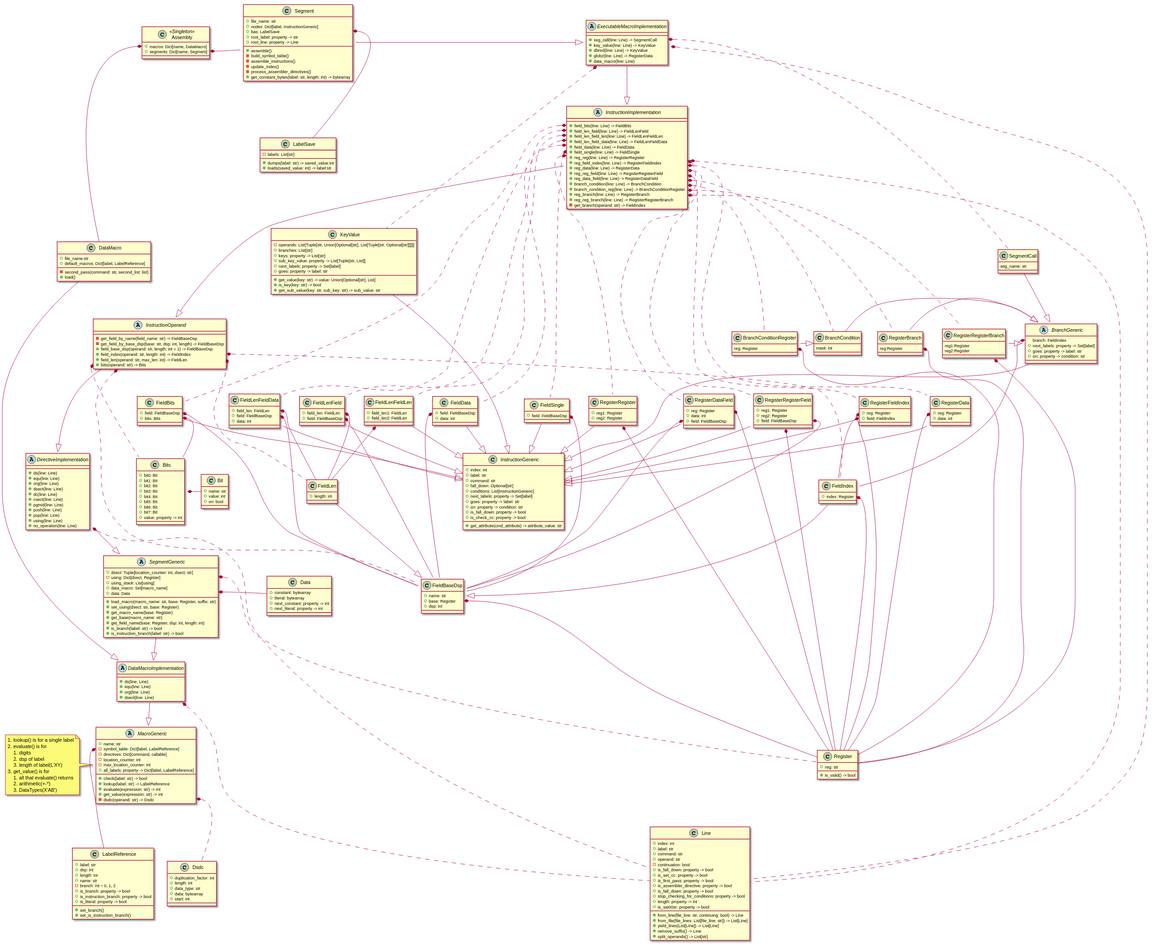
crazynayan/tpf1 keeps this PlantUML diagram as documentation/New_Assembly_Design.svg. Above is the earlier version. Source of this version:
```plantuml
@startuml

class Register {
    +reg: str
    +is_valid() -> bool
}


class Line {
    +index: int
    +label: str
    +command: str
    +operand: str
    -continuation: bool
    +is_fall_down: property -> bool
    +is_set_cc: property -> bool
    +is_first_pass: property -> bool
    +is_assembler_directive: property -> bool
    +is_fall_down: property -> bool
    +stop_checking_for_conditions: property -> bool
    +length: property -> int
    +is_sw00sr: property -> bool
    +from_line(file_line: str, continuing: bool) -> Line
    +from_file(file_lines: List[file_line: str]) -> List[Line]
    +yield_lines(List[Line]) -> List[Line]
    +remove_suffix() -> Line
    +split_operands() -> List[str]
}

class LabelReference {
    +label: str
    +dsp: int
    +length: int
    +name: str
    -branch: int ~ 0, 1, 2
    +is_branch: property -> bool
    +is_instruction_branch: property -> bool
    +is_literal: property -> bool
    +set_branch()
    +set_is_instruction_branch()
}

class Dsdc {
    +duplication_factor: int
    +length: int
    +data_type: str
    +data: bytearray
    +start: int
}

abstract class MacroGeneric {
    +name: str
    -symbol_table: Dict[label, LabelReference]
    -directives: Dict[command, callable]
    -location_counter: int
    -max_location_counter: int
    +all_labels: property -> Dict[label, LabelReference]
    +check(label: str) -> bool
    +lookup(label: str) -> LabelReference
    +evaluate(expression: str) -> int
    +get_value(expression: str) -> int
    -dsdc(operand: str) -> Dsdc
}
note left
# lookup() is for a single label
# evaluate() is for
## digits
## dsp of label
## length of label(L'XY)
# get_value() is for
## all that evaluate() returns
## arithmetic(+-*)
## DataTypes(X'AB')
end note

MacroGeneric::symbol_table *-- LabelReference
MacroGeneric::dsdc *.. Dsdc

abstract class DataMacroImplementation {
    +ds(line: Line)
    +equ(line: Line)
    +org(line: Line)
    +dsect(line: Line)
}
DataMacroImplementation --|>  MacroGeneric
DataMacroImplementation::Line *... Line

class DataMacro {
    +file_name:str
    +default_macros: Dict[label, LabelReference]
    -second_pass(command: str, second_list: list)
    +load()
}
DataMacro ---|>  DataMacroImplementation

class Data {
    +constant: bytearray
    +literal: bytearray
    +next_constant: property -> int
    +next_literal: property -> int
}


abstract class SegmentGeneric {
    +dsect: Tuple[location_counter: int, dsect: str]
    -using: Dict[dsect, Register]
    +using_stack: List[using]
    +data_macro: Set[macro_name]
    +data: Data
    +load_macro(macro_name: str, base: Register, suffix: str)
    +set_using(dsect: str, base: Register)
    +get_macro_name(base: Register)
    +get_base(macro_name: str)
    +get_field_name(base: Register, dsp: int, length: int)
    +is_branch(label: str) -> bool
    +is_instruction_branch(label: str) -> bool
}

SegmentGeneric --|> DataMacroImplementation
SegmentGeneric::Register *... Register
SegmentGeneric::Data *- Data

abstract class DirectiveImplementation {
    +ds(line: Line)
    +equ(line: Line)
    +org(line: Line)
    +dsect(line: Line)
    +dc(line: Line)
    +csect(line: Line)
    +pgmid(line: Line)
    +push(line: Line)
    +pop(line: Line)
    +using(line: Line)
    +no_operation(line: Line)
}

DirectiveImplementation --|> SegmentGeneric
DirectiveImplementation::Line *... Line

abstract class InstructionOperand {
    -get_field_by_name(field_name: str) -> FieldBaseDsp
    -get_field_by_base_dsp(base: str, dsp: int, length) -> FieldBaseDsp
    +field_base_dsp(operand: str, length: int = 1) -> FieldBaseDsp
    +field_index(operand: str, length: int) -> FieldIndex
    +field_len(operand: str, max_len: int) -> FieldLen
    +bits(operand: str) -> Bits
}

InstructionOperand ---|> DirectiveImplementation
InstructionOperand::FieldBaseDsp *... FieldBaseDsp
InstructionOperand::FieldIndex *... FieldIndex
InstructionOperand::FieldLen *... FieldLen
InstructionOperand::Bits *... Bits

class FieldBaseDsp {
    +name: str
    +base: Register
    +dsp: int
}

FieldBaseDsp::Register *-- Register

class FieldIndex {
    +index: Register
}

FieldIndex --|> FieldBaseDsp
FieldIndex::Register *-- Register


class FieldLen {
    +length: int
}

FieldLen --|> FieldBaseDsp

class Bit {
    +name: str
    +value: int
    +on: bool
}

class Bits {
    +bit0: Bit
    +bit1: Bit
    +bit2: Bit
    +bit3: Bit
    +bit4: Bit
    +bit5: Bit
    +bit6: Bit
    +bit7: Bit
    +value: property -> int
}

Bits::Bit *- Bit


abstract class InstructionImplementation {
    +field_bits(line: Line) -> FieldBits
    +field_len_field(line: Line) -> FieldLenField
    +field_len_field_len(line: Line) -> FieldLenFieldLen
    +field_len_field_data(line: Line) -> FieldLenFieldData
    +field_data(line: Line) -> FieldData
    +field_single(line: Line) -> FieldSingle
    +reg_reg(line: Line) -> RegisterRegister
    +reg_field_index(line: Line) -> RegisterFieldIndex
    +reg_data(line: Line) -> RegisterData
    +reg_reg_field(line: Line) -> RegisterRegisterField
    +reg_data_field(line: Line) -> RegisterDataField
    +branch_condition(line: Line) -> BranchCondition
    +branch_condition_reg(line: Line) -> BranchConditionRegister
    +reg_branch(line: Line) -> RegisterBranch
    +reg_reg_branch(line: Line) -> RegisterRegisterBranch
    -get_branch(operand: str) -> FieldIndex
}

InstructionImplementation::FieldBits *... FieldBits
InstructionImplementation::FieldLenField *... FieldLenField
InstructionImplementation::FieldLenFieldData *... FieldLenFieldData
InstructionImplementation::FieldLenFieldLen *... FieldLenFieldLen
InstructionImplementation::FieldData *... FieldData
InstructionImplementation::FieldSingle *... FieldSingle
InstructionImplementation::RegisterRegister *... RegisterRegister
InstructionImplementation::RegisterFieldIndex *... RegisterFieldIndex
InstructionImplementation::RegisterData *... RegisterData
InstructionImplementation::RegisterRegisterField *... RegisterRegisterField
InstructionImplementation::RegisterDataField *... RegisterDataField
InstructionImplementation::BranchCondition *... BranchCondition
InstructionImplementation::BranchConditionRegister *... BranchConditionRegister
InstructionImplementation::RegisterBranch *... RegisterBranch
InstructionImplementation::RegisterRegisterBranch *... RegisterRegisterBranch
InstructionImplementation::Line *... Line
InstructionImplementation ---|> InstructionOperand

class InstructionGeneric {
    +index: int
    +label: str
    +command: str
    +fall_down: Optional[str]
    +conditions: List[InstructionGeneric]
    +next_labels: property -> Set[label]
    +goes: property -> label: str
    +on: property -> condition: str
    +is_fall_down: property -> bool
    +is_check_cc: property -> bool
    +get_attribute(cmd_attribute) -> attribute_value: str
}

class FieldBits {
    +field: FieldBaseDsp
    +bits: Bits
}

FieldBits::field *-- FieldBaseDsp
FieldBits::Bits *-- Bits
FieldBits --|> InstructionGeneric

class FieldLenField {
    +field_len: FieldLen
    +field: FieldBaseDsp
}

FieldLenField::FieldBaseDsp *-- FieldBaseDsp
FieldLenField::FieldLen *-- FieldLen
FieldLenField --|> InstructionGeneric

class FieldLenFieldLen {
    +field_len1: FieldLen
    +field_len2: FieldLen
}

FieldLenFieldLen::FieldLen *-- FieldLen
FieldLenFieldLen --|> InstructionGeneric

class FieldLenFieldData {
    +field_len: FieldLen
    +field: FieldBaseDsp
    +data: int
}

FieldLenFieldData::FieldBaseDsp *-- FieldBaseDsp
FieldLenFieldData::FieldLen *-- FieldLen
FieldLenFieldData --|> InstructionGeneric

class FieldData {
    +field: FieldBaseDsp
    +data: int
}

FieldData::FieldBaseDsp *-- FieldBaseDsp
FieldData --|> InstructionGeneric

class FieldSingle {
    +field: FieldBaseDsp
}

FieldSingle::FieldBaseDsp *-- FieldBaseDsp
FieldSingle --|> InstructionGeneric

class RegisterRegister {
    +reg1: Register
    +reg2: Register
}

RegisterRegister::Register *-- Register
RegisterRegister --|> InstructionGeneric

class RegisterFieldIndex {
    +reg: Register
    +field: FieldIndex
}

RegisterFieldIndex::Register *-- Register
RegisterFieldIndex::FieldIndex *-- FieldIndex
RegisterFieldIndex --|> InstructionGeneric

class RegisterData {
    +reg: Register
    +data: int
}

RegisterData::Register *-- Register
RegisterData --|> InstructionGeneric

class RegisterRegisterField {
    +reg1: Register
    +reg2: Register
    +field: FieldBaseDsp
}

RegisterRegisterField::Register *-- Register
RegisterRegisterField::FieldBaseDsp *-- FieldBaseDsp
RegisterRegisterField --|> InstructionGeneric

class RegisterDataField {
    +reg: Register
    +data: int
    +field: FieldBaseDsp
}

RegisterDataField::Register *-- Register
RegisterDataField::FieldBaseDsp *-- FieldBaseDsp
RegisterDataField --|> InstructionGeneric

abstract class BranchGeneric {
    branch: FieldIndex
    +next_labels: property -> Set[label]
    +goes: property -> label: str
    +on: property -> condition: str
}

BranchGeneric::FieldIndex *-- FieldIndex
BranchGeneric -|> InstructionGeneric

class BranchCondition {
    mask: int
}

BranchCondition -|> BranchGeneric

class BranchConditionRegister {
    reg: Register
}

BranchConditionRegister::Register *--- Register
BranchConditionRegister -|> BranchCondition

class RegisterBranch {
    reg:Register
}

RegisterBranch::Register *--- Register
RegisterBranch -|> BranchGeneric

class RegisterRegisterBranch {
    reg1:Register
    reg2:Register
}

RegisterRegisterBranch::Register *--- Register
RegisterRegisterBranch -|> BranchGeneric


abstract class ExecutableMacroImplementation {
    +seg_call(line: Line) -> SegmentCall
    +key_value(line: Line) -> KeyValue
    +dbred(line: Line) -> KeyValue
    +globz(line: Line) -> RegisterData
    +data_macro(line: Line)
}

ExecutableMacroImplementation --|> InstructionImplementation
ExecutableMacroImplementation::SegmentCall *... SegmentCall
ExecutableMacroImplementation::KeyValue *... KeyValue
ExecutableMacroImplementation::Line *... Line


class SegmentCall {
    seg_name: str
}

SegmentCall -|> BranchGeneric

class KeyValue {
    -operands: List[Tuple[str, Union[Optional[str], List[Tuple[str, Optional[str]]]]]]
    +branches: List[str]
    +keys: property -> List[str]
    +sub_key_value: property -> List[Tuple[str, List]]
    +next_labels: property -> Set[label]
    +goes: property -> label: str
    +get_value(key: str) -> value: Union[Optional[str], List]
    +is_key(key: str) -> bool
    +get_sub_value(key: str, sub_key: str) -> sub_value: str
}

KeyValue -|> InstructionGeneric

class LabelSave {
    -labels: List[str]
    +dumps(label: str) -> saved_value:int
    +loads(saved_value: int) -> label:str
}

class Segment {
    +file_name: str
    +nodes: Dict[label, InstructionGeneric]
    +bas: LabelSave
    +root_label: property -> str
    +root_line: property -> Line
    +assemble()
    -build_symbol_table()
    -assemble_instructions()
    -update_index()
    -process_assembler_directives()
    +get_constant_bytes(label: str, length: int) -> bytearray
}

Segment -|> ExecutableMacroImplementation
Segment::LabelSave *-- LabelSave

class Assembly <<Singleton>> {
    +macros: Dict[name, DataMacro]
    +segments: Dict[name, Segment]
}

Assembly::DataMacro *-- DataMacro
Assembly::Segment *- Segment
@enduml
```
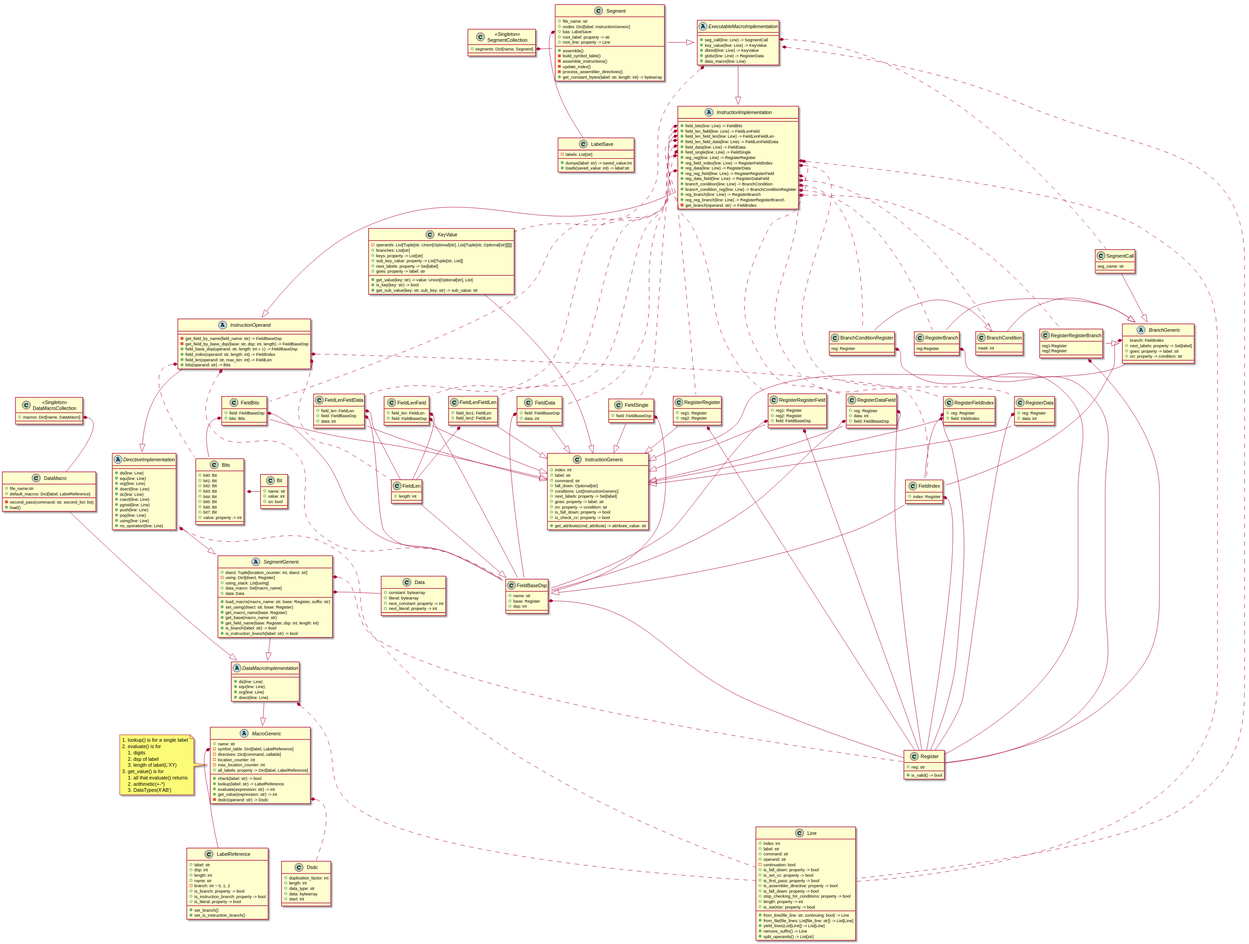
Later version of the same file.

Diff of the diagram source:
```diff
@@ -438,11 +438,14 @@
 Segment -|> ExecutableMacroImplementation
 Segment::LabelSave *-- LabelSave
 
-class Assembly <<Singleton>> {
+class DataMacroCollection <<Singleton>> {
     +macros: Dict[name, DataMacro]
+}
+
+class SegmentCollection <<Singleton>> {
     +segments: Dict[name, Segment]
 }
 
-Assembly::DataMacro *-- DataMacro
-Assembly::Segment *- Segment
+DataMacroCollection::DataMacro *-- DataMacro
+SegmentCollection::Segment *- Segment
 @enduml
```
